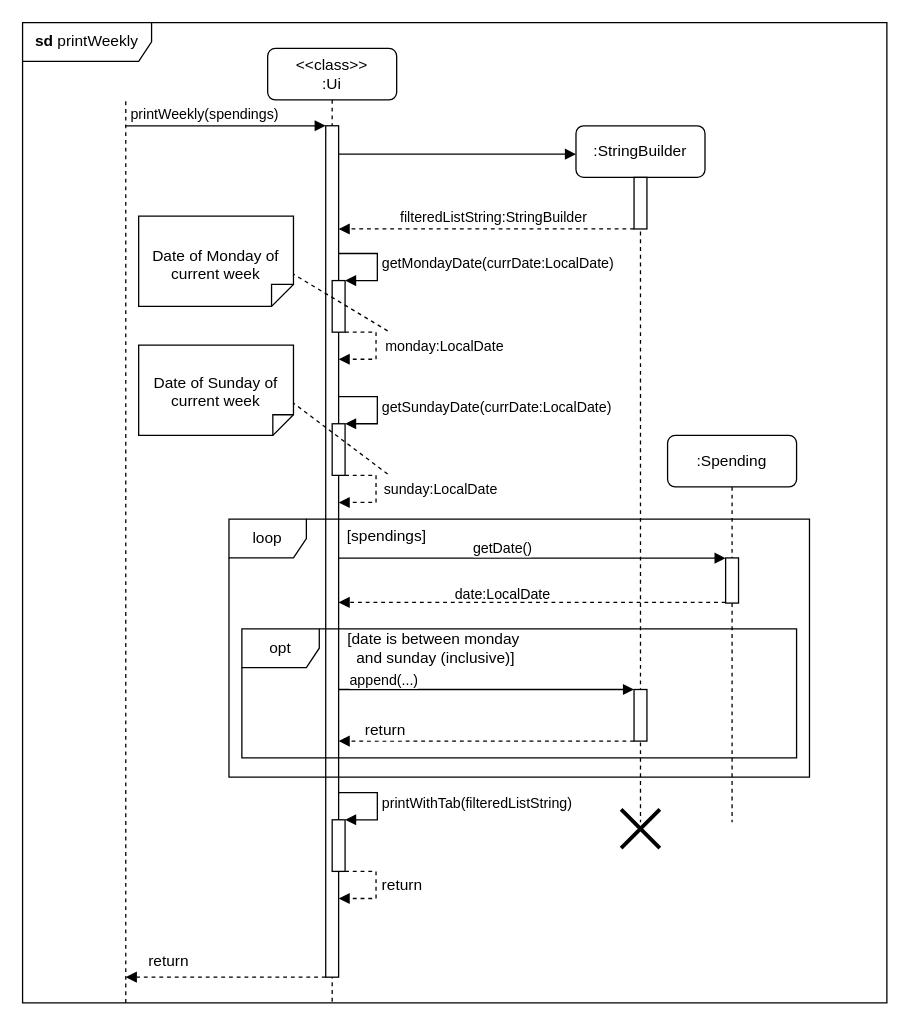
Before: docs/Diagrams/Commands/printWeekly.drawio in wongwh2002/CS2113TeamProject, a draw.io diagram. Source tidied: cells renumbered, new cells numbered last; positions are measured from the earlier drawing's top-left corner, leaving out a move shared by most shapes. Both pictures are drawn from the tidied source at 129%, with x=0, y=0 at pixel (22, 22).
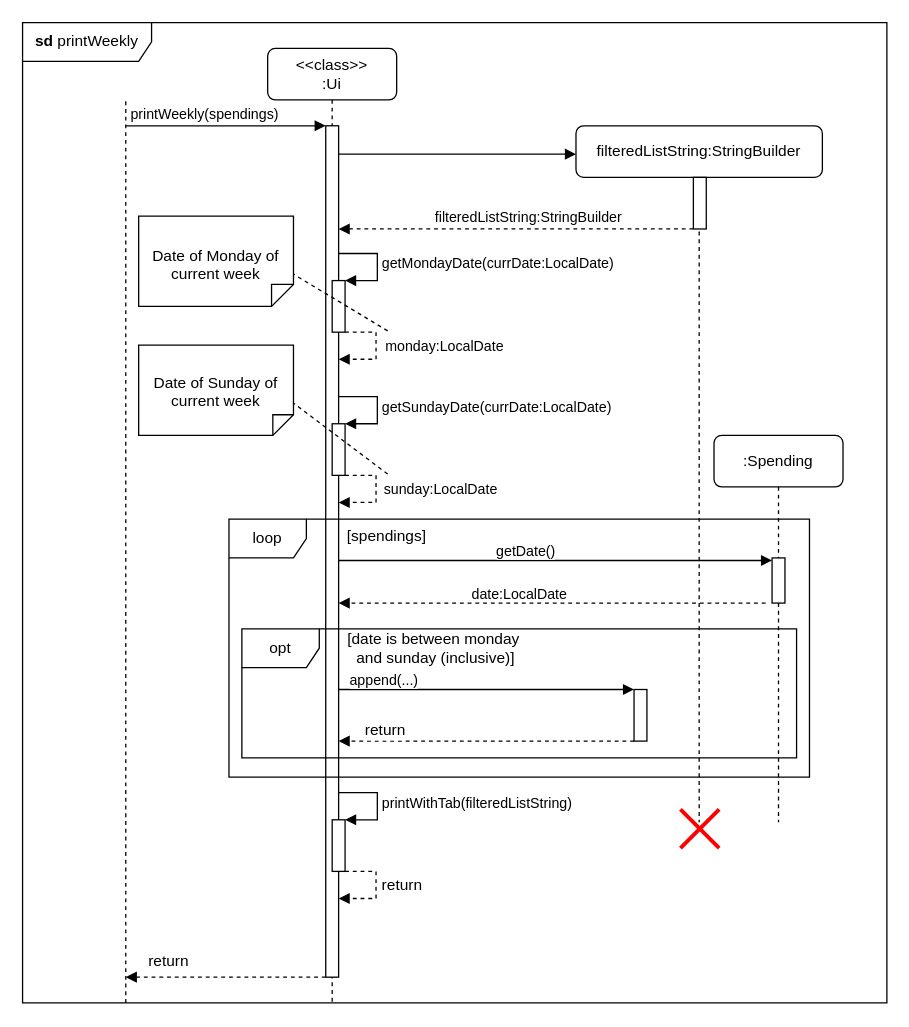
Above is the later version.

Unchanged cells that the change refers to:
```xml
<mxCell id="6" style="html=1;points=[[0,0,0,0,5],[0,1,0,0,-5],[1,0,0,0,5],[1,1,0,0,-5]];perimeter=orthogonalPerimeter;outlineConnect=0;targetShapes=umlLifeline;portConstraint=eastwest;newEdgeStyle={&quot;curved&quot;:0,&quot;rounded&quot;:0};" parent="5" vertex="1">
  <mxGeometry x="45" y="60" width="10" height="660" as="geometry" />
</mxCell>
<mxCell id="31" style="html=1;points=[[0,0,0,0,5],[0,1,0,0,-5],[1,0,0,0,5],[1,1,0,0,-5]];perimeter=orthogonalPerimeter;outlineConnect=0;targetShapes=umlLifeline;portConstraint=eastwest;newEdgeStyle={&quot;curved&quot;:0,&quot;rounded&quot;:0};" parent="30" vertex="1">
  <mxGeometry x="45" y="95" width="10" height="35" as="geometry" />
</mxCell>
```

The edit, as a diff of the source:
```diff
@@
-    <mxCell id="15" value=":StringBuilder" style="shape=umlLifeline;perimeter=lifelinePerimeter;whiteSpace=wrap;html=1;newEdgeStyle={&quot;curved&quot;:0,&quot;rounded&quot;:0};rounded=1;" parent="1" vertex="1">
-      <mxGeometry x="429" y="80" width="100" height="540" as="geometry" />
+    <mxCell id="15" value="filteredListString:StringBuilder" style="shape=umlLifeline;perimeter=lifelinePerimeter;whiteSpace=wrap;html=1;newEdgeStyle={&quot;curved&quot;:0,&quot;rounded&quot;:0};rounded=1;" parent="1" vertex="1">
+      <mxGeometry x="429" y="80" width="191" height="540" as="geometry" />
     </mxCell>
     <mxCell id="16" style="html=1;points=[[0,0,0,0,5],[0,1,0,0,-5],[1,0,0,0,5],[1,1,0,0,-5]];perimeter=orthogonalPerimeter;outlineConnect=0;targetShapes=umlLifeline;portConstraint=eastwest;newEdgeStyle={&quot;curved&quot;:0,&quot;rounded&quot;:0};" parent="15" vertex="1">
-      <mxGeometry x="45" y="40" width="10" height="40" as="geometry" />
+      <mxGeometry x="91" y="40" width="10" height="40" as="geometry" />
     </mxCell>
@@
     <mxCell id="30" value=":Spending" style="shape=umlLifeline;perimeter=lifelinePerimeter;whiteSpace=wrap;html=1;newEdgeStyle={&quot;curved&quot;:0,&quot;rounded&quot;:0};rounded=1;" parent="1" vertex="1">
-      <mxGeometry x="500" y="320" width="100" height="300" as="geometry" />
+      <mxGeometry x="536" y="320" width="100" height="300" as="geometry" />
     </mxCell>
@@
-    <mxCell id="32" style="html=1;verticalAlign=bottom;labelBackgroundColor=none;endArrow=block;endFill=1;rounded=0;" parent="1" edge="1" source="6">
+    <mxCell id="32" style="html=1;verticalAlign=bottom;labelBackgroundColor=none;endArrow=block;endFill=1;rounded=0;" parent="1" edge="1" target="31">
       <mxGeometry relative="1" as="geometry">
-        <mxPoint x="545" y="415.2" as="targetPoint" />
+        <mxPoint x="245" y="417" as="sourcePoint" />
       </mxGeometry>
     </mxCell>
@@
-    <mxCell id="34" style="html=1;verticalAlign=bottom;labelBackgroundColor=none;endArrow=block;endFill=1;dashed=1;rounded=0;" parent="1" edge="1">
+    <mxCell id="34" style="html=1;verticalAlign=bottom;labelBackgroundColor=none;endArrow=block;endFill=1;dashed=1;rounded=0;exitX=0;exitY=1;exitDx=0;exitDy=-5;exitPerimeter=0;" parent="1" edge="1">
       <mxGeometry relative="1" as="geometry">
-        <mxPoint x="545" y="449.5" as="sourcePoint" />
-        <mxPoint x="245" y="449.5" as="targetPoint" />
+        <mxPoint x="576" y="450" as="sourcePoint" />
+        <mxPoint x="245" y="450" as="targetPoint" />
       </mxGeometry>
     </mxCell>
     <mxCell id="35" value="&lt;font style=&quot;font-size: 11px;&quot;&gt;date:LocalDate&lt;/font&gt;" style="text;html=1;align=center;verticalAlign=middle;strokeColor=none;fillColor=none;" parent="1" vertex="1">
-      <mxGeometry x="322" y="428" width="100" height="30" as="geometry" />
+      <mxGeometry x="335" y="428" width="100" height="30" as="geometry" />
     </mxCell>
@@
-    <mxCell id="43" style="shape=umlDestroy;whiteSpace=wrap;html=1;strokeWidth=3;targetShapes=umlLifeline;" parent="1" vertex="1">
-      <mxGeometry x="464" y="610" width="30" height="30" as="geometry" />
+    <mxCell id="43" style="shape=umlDestroy;whiteSpace=wrap;html=1;strokeWidth=3;targetShapes=umlLifeline;strokeColor=#ff0000;" parent="1" vertex="1">
+      <mxGeometry x="510" y="610" width="30" height="30" as="geometry" />
     </mxCell>
```
